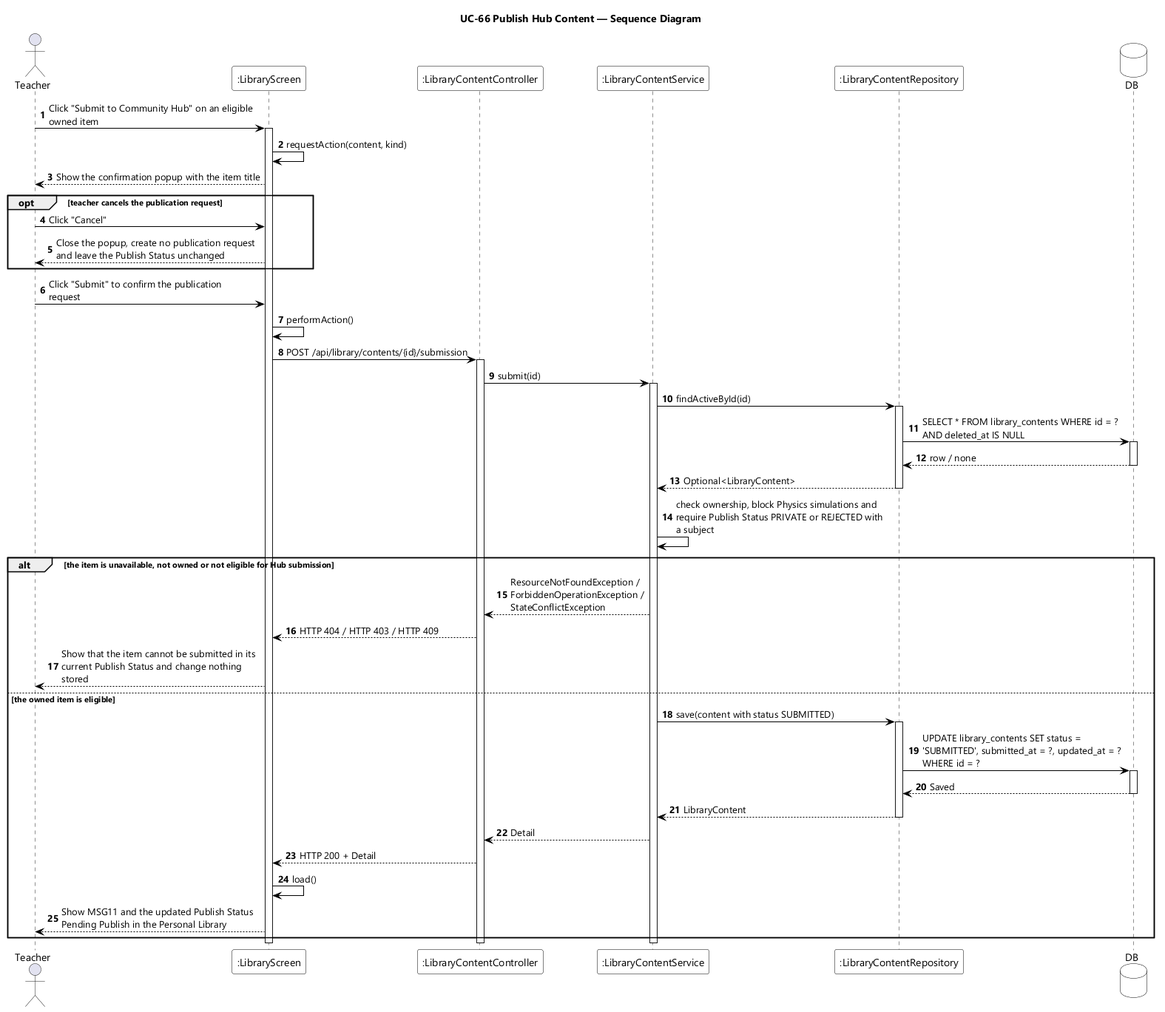
Earlier version of the PlantUML export designs/sds-diagrams/uc66/uc66-sequence-diagram.png (EduA-system/EduA-system).
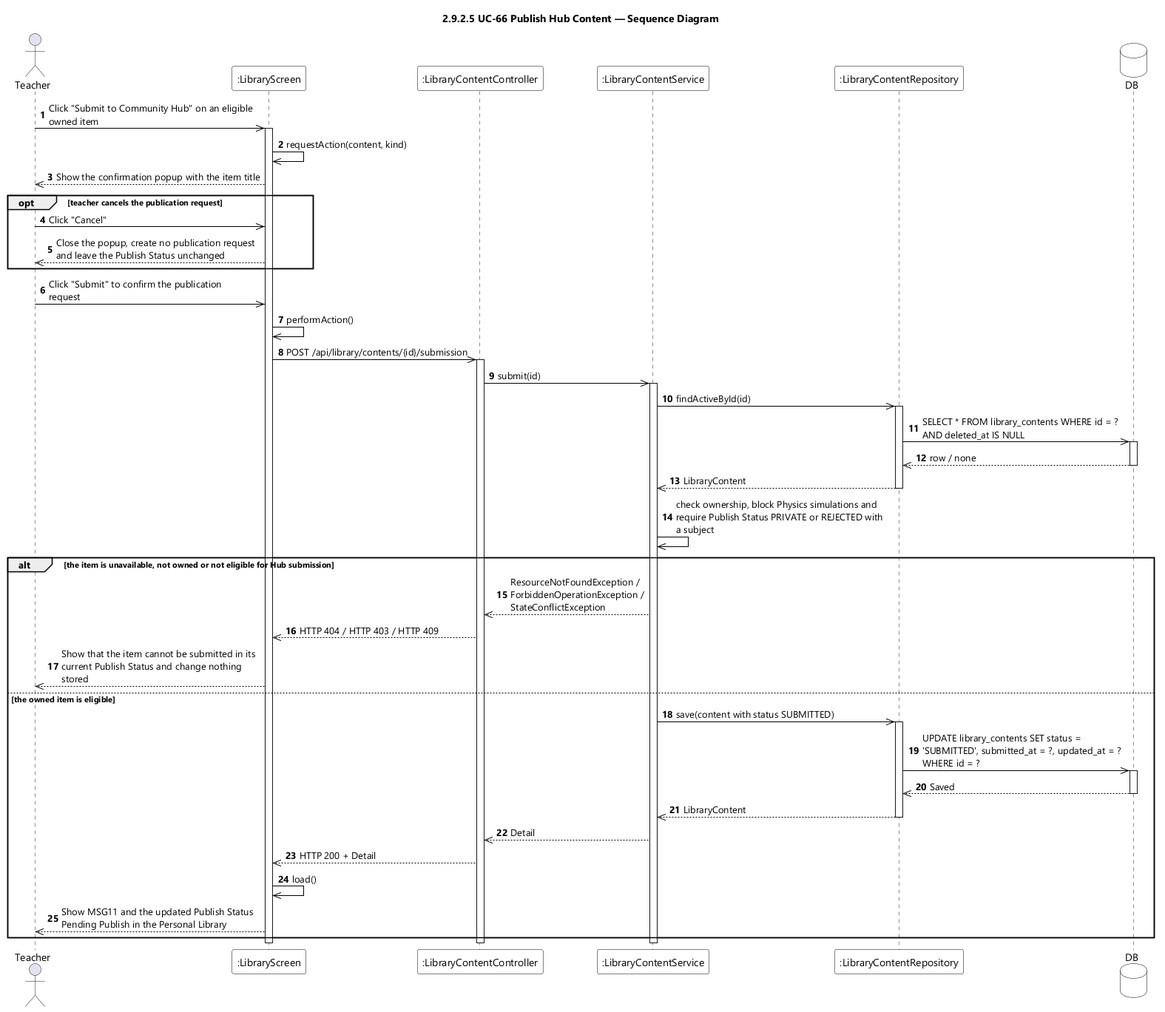
Later version of the same file.

Diff of the diagram source:
```diff
@@ -9,7 +9,7 @@
 skinparam ArrowColor #000000
 skinparam sequenceMessageAlign left
 skinparam maxMessageSize 280
-title UC-66 Publish Hub Content — Sequence Diagram
+title 2.9.2.5 UC-66 Publish Hub Content — Sequence Diagram
 
 actor Teacher
 participant ":LibraryScreen" as UI
@@ -19,49 +19,49 @@
 database DB
 
 autonumber
-Teacher -> UI : Click "Submit to Community Hub" on an eligible owned item
+Teacher ->> UI : Click "Submit to Community Hub" on an eligible owned item
 activate UI
-UI -> UI : requestAction(content, kind)
-UI --> Teacher : Show the confirmation popup with the item title
+UI ->> UI : requestAction(content, kind)
+UI -->> Teacher : Show the confirmation popup with the item title
 
 opt teacher cancels the publication request
-  Teacher -> UI : Click "Cancel"
-  UI --> Teacher : Close the popup, create no publication request and leave the Publish Status unchanged
+  Teacher ->> UI : Click "Cancel"
+  UI -->> Teacher : Close the popup, create no publication request and leave the Publish Status unchanged
 end
 
-Teacher -> UI : Click "Submit" to confirm the publication request
-UI -> UI : performAction()
-UI -> CTL : POST /api/library/contents/{id}/submission
+Teacher ->> UI : Click "Submit" to confirm the publication request
+UI ->> UI : performAction()
+UI ->> CTL : POST /api/library/contents/{id}/submission
 activate CTL
-CTL -> SVC : submit(id)
+CTL ->> SVC : submit(id)
 activate SVC
-SVC -> CONTENTS : findActiveById(id)
+SVC ->> CONTENTS : findActiveById(id)
 activate CONTENTS
-CONTENTS -> DB : SELECT * FROM library_contents WHERE id = ? AND deleted_at IS NULL
+CONTENTS ->> DB : SELECT * FROM library_contents WHERE id = ? AND deleted_at IS NULL
 activate DB
-DB --> CONTENTS : row / none
+DB -->> CONTENTS : row / none
 deactivate DB
-CONTENTS --> SVC : Optional<LibraryContent>
+CONTENTS -->> SVC : LibraryContent
 deactivate CONTENTS
-SVC -> SVC : check ownership, block Physics simulations and require Publish Status PRIVATE or REJECTED with a subject
+SVC ->> SVC : check ownership, block Physics simulations and require Publish Status PRIVATE or REJECTED with a subject
 
 alt the item is unavailable, not owned or not eligible for Hub submission
-  SVC --> CTL : ResourceNotFoundException / ForbiddenOperationException / StateConflictException
-  CTL --> UI : HTTP 404 / HTTP 403 / HTTP 409
-  UI --> Teacher : Show that the item cannot be submitted in its current Publish Status and change nothing stored
+  SVC -->> CTL : ResourceNotFoundException / ForbiddenOperationException / StateConflictException
+  CTL -->> UI : HTTP 404 / HTTP 403 / HTTP 409
+  UI -->> Teacher : Show that the item cannot be submitted in its current Publish Status and change nothing stored
 else the owned item is eligible
-  SVC -> CONTENTS : save(content with status SUBMITTED)
+  SVC ->> CONTENTS : save(content with status SUBMITTED)
   activate CONTENTS
-  CONTENTS -> DB : UPDATE library_contents SET status = 'SUBMITTED', submitted_at = ?, updated_at = ? WHERE id = ?
+  CONTENTS ->> DB : UPDATE library_contents SET status = 'SUBMITTED', submitted_at = ?, updated_at = ? WHERE id = ?
   activate DB
-  DB --> CONTENTS : Saved
+  DB -->> CONTENTS : Saved
   deactivate DB
-  CONTENTS --> SVC : LibraryContent
+  CONTENTS -->> SVC : LibraryContent
   deactivate CONTENTS
-  SVC --> CTL : Detail
-  CTL --> UI : HTTP 200 + Detail
-  UI -> UI : load()
-  UI --> Teacher : Show MSG11 and the updated Publish Status Pending Publish in the Personal Library
+  SVC -->> CTL : Detail
+  CTL -->> UI : HTTP 200 + Detail
+  UI ->> UI : load()
+  UI -->> Teacher : Show MSG11 and the updated Publish Status Pending Publish in the Personal Library
 end
 deactivate SVC
 deactivate CTL
```
